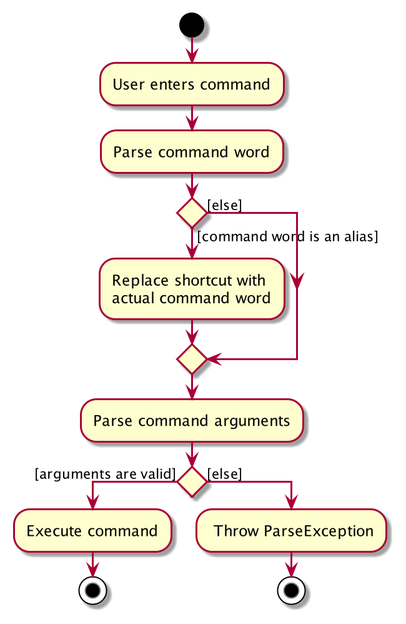
Earlier version of the PlantUML export docs/images/AliasActivityDiagram.png (nus-cs2103-AY2122S1/tp). Its source is kept beside it as docs/diagrams/AliasActivityDiagram.puml. The source it was exported from:
```plantuml
@startuml
start
:User enters command;
:Parse command word;


if () then ([command word is an alias])
    :Replace shortcut with
    actual command word;
else ([else])
endif
:Parse command arguments;
if () then ([arguments are valid])
    :Execute command;
stop
else ([else])
: Throw ParseException;
stop
@enduml
```
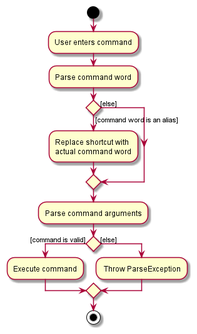
After the commit.

Commit message:
Update Alias implementation diagrams

Diff of the diagram source:
```diff
@@ -10,10 +10,10 @@
 else ([else])
 endif
 :Parse command arguments;
-if () then ([arguments are valid])
+if () then ([command is valid])
     :Execute command;
-stop
 else ([else])
 : Throw ParseException;
+endif
 stop
 @enduml
```
